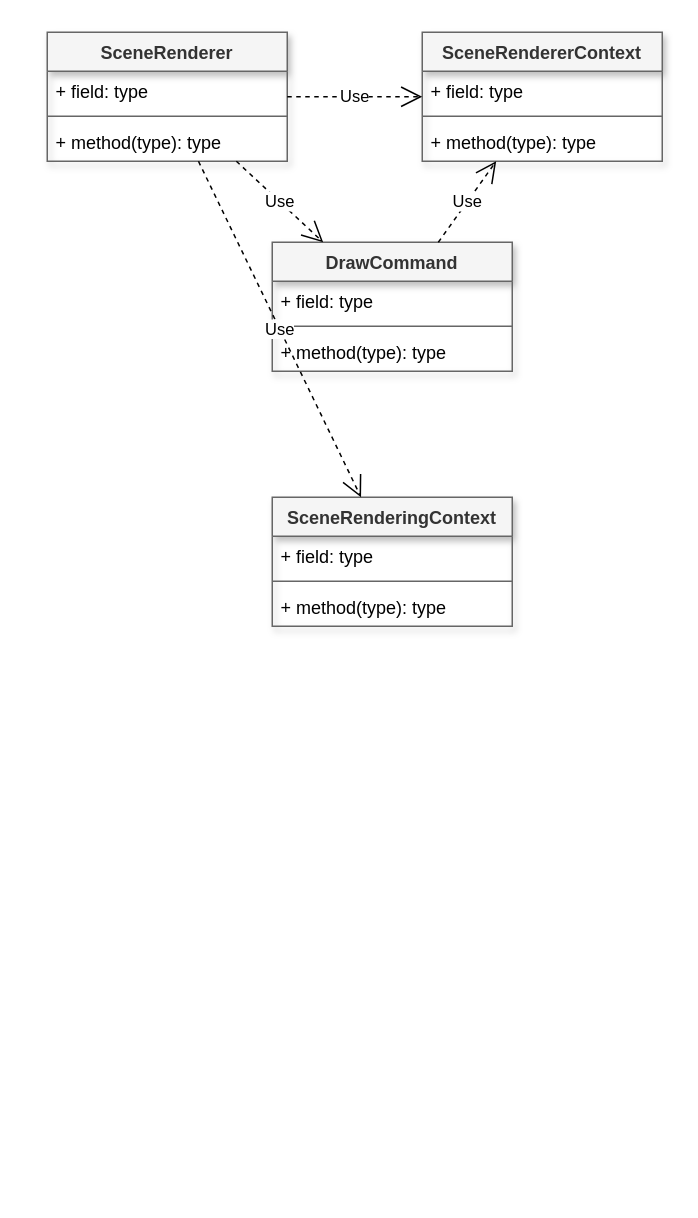
nodec-project/nodec_game_engine keeps this draw.io diagram as page "ページ6" (6 of 6) of docs/fig.drawio. Above is the earlier version. Source tidied: cells renumbered, new cells numbered last; positions are measured from the earlier drawing's top-left corner, leaving out a move shared by most shapes. Both pictures are drawn from the tidied source at 150%, with x=0, y=0 at pixel (46, 32).
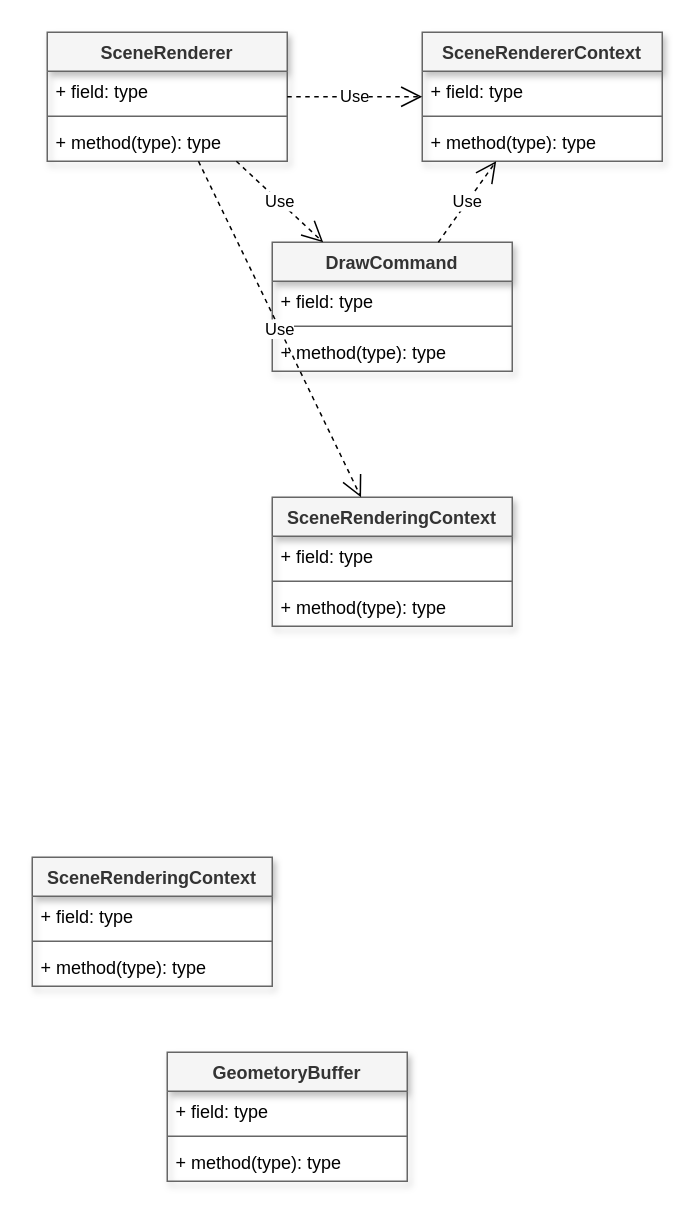
The same page after the edit.

Change to the diagram source:
```diff
@@
+    <mxCell id="22" value="GeometoryBuffer" style="swimlane;fontStyle=1;align=center;verticalAlign=top;horizontal=1;startSize=26;fillColor=#f5f5f5;fontColor=#333333;strokeColor=#666666;shadow=1;" parent="1" vertex="1">
+      <mxGeometry x="80" y="680" width="160" height="86" as="geometry" />
+    </mxCell>
+    <mxCell id="23" value="+ field: type" style="text;strokeColor=none;fillColor=none;align=left;verticalAlign=top;rounded=0;shadow=1;spacingLeft=4;spacingRight=4;" parent="22" vertex="1">
+      <mxGeometry y="26" width="160" height="26" as="geometry" />
+    </mxCell>
+    <mxCell id="24" style="line;strokeWidth=1;fillColor=none;align=left;verticalAlign=middle;spacingTop=-1;spacingLeft=3;spacingRight=3;labelPosition=right;strokeColor=inherit;" parent="22" vertex="1">
+      <mxGeometry y="52" width="160" height="8" as="geometry" />
+    </mxCell>
+    <mxCell id="25" value="+ method(type): type" style="text;strokeColor=none;fillColor=none;align=left;verticalAlign=top;rounded=0;shadow=1;spacingLeft=4;spacingRight=4;" parent="22" vertex="1">
+      <mxGeometry y="60" width="160" height="26" as="geometry" />
+    </mxCell>
+    <mxCell id="26" value="SceneRenderingContext" style="swimlane;fontStyle=1;align=center;verticalAlign=top;horizontal=1;startSize=26;fillColor=#f5f5f5;fontColor=#333333;strokeColor=#666666;shadow=1;" parent="1" vertex="1">
+      <mxGeometry x="-10" y="550" width="160" height="86" as="geometry" />
+    </mxCell>
+    <mxCell id="27" value="+ field: type" style="text;strokeColor=none;fillColor=none;align=left;verticalAlign=top;rounded=0;shadow=1;spacingLeft=4;spacingRight=4;" parent="26" vertex="1">
+      <mxGeometry y="26" width="160" height="26" as="geometry" />
+    </mxCell>
+    <mxCell id="28" style="line;strokeWidth=1;fillColor=none;align=left;verticalAlign=middle;spacingTop=-1;spacingLeft=3;spacingRight=3;labelPosition=right;strokeColor=inherit;" parent="26" vertex="1">
+      <mxGeometry y="52" width="160" height="8" as="geometry" />
+    </mxCell>
+    <mxCell id="29" value="+ method(type): type" style="text;strokeColor=none;fillColor=none;align=left;verticalAlign=top;rounded=0;shadow=1;spacingLeft=4;spacingRight=4;" parent="26" vertex="1">
+      <mxGeometry y="60" width="160" height="26" as="geometry" />
+    </mxCell>
```
